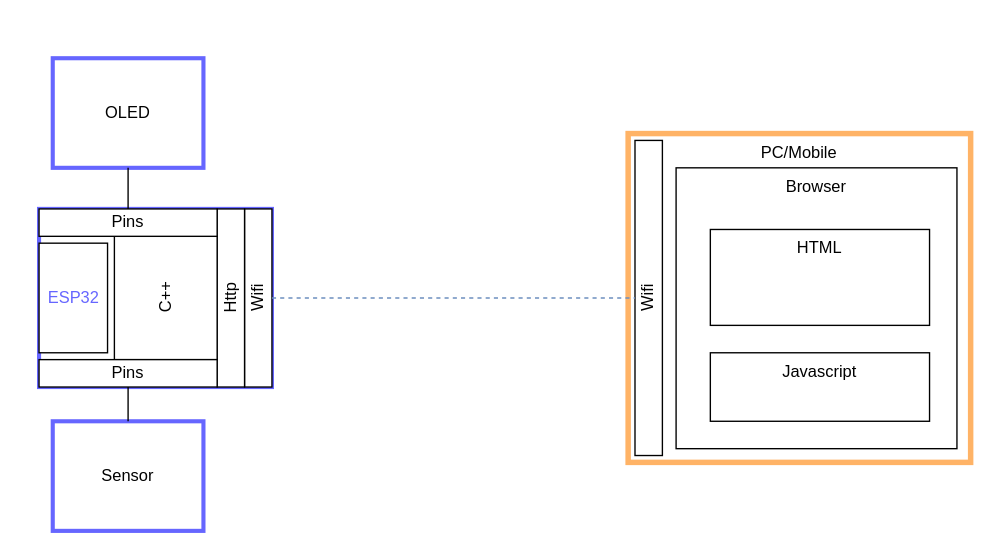
tomsal73/ESP_Course keeps this draw.io diagram as 13-Pamoka/ESP32WebServer.drawio. Above is the earlier version. Source tidied: cells renumbered, new cells numbered last; positions are measured from the earlier drawing's top-left corner, leaving out a move shared by most shapes. Both pictures are drawn from the tidied source at 137%, with x=0, y=0 at pixel (38, 58).
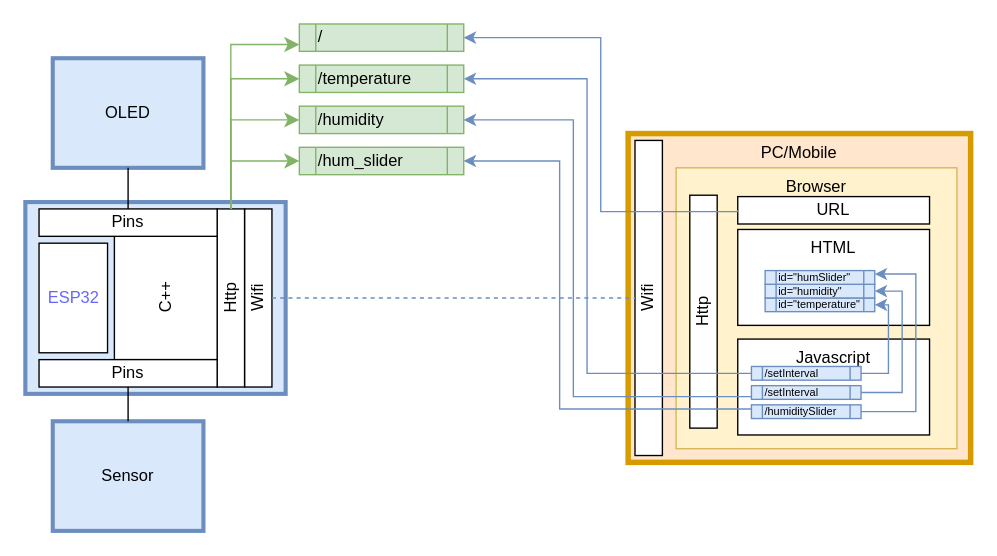
The same diagram, later.

The change refers to these unchanged cells:
```xml
<mxCell id="4" value="Http" style="rounded=0;whiteSpace=wrap;html=1;rotation=-90;" parent="1" vertex="1">
  <mxGeometry x="75" y="165" width="130" height="20" as="geometry" />
</mxCell>
```

Change to the diagram source:
```diff
@@
-    <mxCell id="2" style="rounded=0;whiteSpace=wrap;html=1;align=left;strokeWidth=3;strokeColor=#6666FF;" parent="1" vertex="1">
-      <mxGeometry y="110" width="170" height="130" as="geometry" />
+    <mxCell id="2" style="rounded=0;whiteSpace=wrap;html=1;align=left;strokeWidth=3;strokeColor=#6c8ebf;fillColor=#dae8fc;" parent="1" vertex="1">
+      <mxGeometry x="-10" y="105" width="190" height="140" as="geometry" />
     </mxCell>
@@
-    <mxCell id="6" value="PC/Mobile" style="rounded=0;whiteSpace=wrap;html=1;align=center;verticalAlign=top;strokeColor=#FFB366;strokeWidth=4;" parent="1" vertex="1">
+    <mxCell id="6" value="PC/Mobile" style="rounded=0;whiteSpace=wrap;html=1;align=center;verticalAlign=top;strokeColor=#d79b00;strokeWidth=4;fillColor=#ffe6cc;" parent="1" vertex="1">
       <mxGeometry x="430" y="55" width="250" height="240" as="geometry" />
     </mxCell>
@@
-    <mxCell id="8" value="Browser" style="rounded=0;whiteSpace=wrap;html=1;align=center;verticalAlign=top;" parent="1" vertex="1">
+    <mxCell id="8" value="Browser" style="rounded=0;whiteSpace=wrap;html=1;align=center;verticalAlign=top;fillColor=#fff2cc;strokeColor=#d6b656;" parent="1" vertex="1">
       <mxGeometry x="465" y="80" width="205" height="205" as="geometry" />
     </mxCell>
     <mxCell id="9" value="HTML" style="rounded=0;whiteSpace=wrap;html=1;align=center;verticalAlign=top;" parent="1" vertex="1">
-      <mxGeometry x="490" y="125" width="160" height="70" as="geometry" />
+      <mxGeometry x="510" y="125" width="140" height="70" as="geometry" />
     </mxCell>
     <mxCell id="10" value="Javascript" style="rounded=0;whiteSpace=wrap;html=1;align=center;verticalAlign=top;" parent="1" vertex="1">
-      <mxGeometry x="490" y="215" width="160" height="50" as="geometry" />
+      <mxGeometry x="510" y="205" width="140" height="70" as="geometry" />
     </mxCell>
-    <mxCell id="11" value="OLED" style="rounded=0;whiteSpace=wrap;html=1;align=center;verticalAlign=middle;strokeColor=#6666FF;strokeWidth=3;" parent="1" vertex="1">
+    <mxCell id="11" value="OLED" style="rounded=0;whiteSpace=wrap;html=1;align=center;verticalAlign=middle;strokeColor=#6c8ebf;strokeWidth=3;fillColor=#dae8fc;" parent="1" vertex="1">
       <mxGeometry x="10" width="110" height="80" as="geometry" />
     </mxCell>
@@
-    <mxCell id="14" value="Sensor" style="rounded=0;whiteSpace=wrap;html=1;align=center;verticalAlign=middle;strokeColor=#6666FF;strokeWidth=3;" parent="1" vertex="1">
+    <mxCell id="14" value="Sensor" style="rounded=0;whiteSpace=wrap;html=1;align=center;verticalAlign=middle;strokeColor=#6c8ebf;strokeWidth=3;fillColor=#dae8fc;" parent="1" vertex="1">
       <mxGeometry x="10" y="265" width="110" height="80" as="geometry" />
     </mxCell>
@@
+    <mxCell id="19" value="Http" style="rounded=0;whiteSpace=wrap;html=1;rotation=-90;" parent="1" vertex="1">
+      <mxGeometry x="400" y="175" width="170" height="20" as="geometry" />
+    </mxCell>
+    <mxCell id="20" value="URL" style="rounded=0;whiteSpace=wrap;html=1;rotation=0;" parent="1" vertex="1">
+      <mxGeometry x="510" y="101" width="140" height="20" as="geometry" />
+    </mxCell>
+    <mxCell id="21" parent="0" />
+    <mxCell id="22" style="edgeStyle=elbowEdgeStyle;elbow=vertical;endArrow=classic;html=1;curved=0;rounded=0;endSize=8;startSize=8;exitX=1;exitY=0.5;exitDx=0;exitDy=0;fillColor=#d5e8d4;strokeColor=#82b366;entryX=0;entryY=0.75;entryDx=0;entryDy=0;" parent="21" edge="1" source="4" target="23">
+      <mxGeometry relative="1" as="geometry">
+        <Array as="points">
+          <mxPoint x="170" y="-10" />
+        </Array>
+      </mxGeometry>
+    </mxCell>
+    <mxCell id="23" value="/" style="shape=process;whiteSpace=wrap;html=1;backgroundOutline=1;fillColor=#d5e8d4;strokeColor=#82b366;align=left;" parent="21" vertex="1">
+      <mxGeometry x="190" y="-25" width="120" height="20" as="geometry" />
+    </mxCell>
+    <mxCell id="24" value="/temperature" style="shape=process;whiteSpace=wrap;html=1;backgroundOutline=1;fillColor=#d5e8d4;strokeColor=#82b366;align=left;" parent="21" vertex="1">
+      <mxGeometry x="190" y="5" width="120" height="20" as="geometry" />
+    </mxCell>
+    <mxCell id="25" value="/humidity" style="shape=process;whiteSpace=wrap;html=1;backgroundOutline=1;fillColor=#d5e8d4;strokeColor=#82b366;align=left;" parent="21" vertex="1">
+      <mxGeometry x="190" y="35" width="120" height="20" as="geometry" />
+    </mxCell>
+    <mxCell id="26" value="/hum_slider" style="shape=process;whiteSpace=wrap;html=1;backgroundOutline=1;fillColor=#d5e8d4;strokeColor=#82b366;align=left;" parent="21" vertex="1">
+      <mxGeometry x="190" y="65" width="120" height="20" as="geometry" />
+    </mxCell>
+    <mxCell id="27" style="edgeStyle=elbowEdgeStyle;elbow=vertical;endArrow=classic;html=1;curved=0;rounded=0;endSize=8;startSize=8;exitX=1;exitY=0.5;exitDx=0;exitDy=0;fillColor=#d5e8d4;strokeColor=#82b366;entryX=0;entryY=0.5;entryDx=0;entryDy=0;" parent="21" edge="1" source="4" target="24">
+      <mxGeometry relative="1" as="geometry">
+        <Array as="points">
+          <mxPoint x="170" y="15" />
+        </Array>
+      </mxGeometry>
+    </mxCell>
+    <mxCell id="28" style="edgeStyle=elbowEdgeStyle;elbow=vertical;endArrow=classic;html=1;curved=0;rounded=0;endSize=8;startSize=8;exitX=1;exitY=0.5;exitDx=0;exitDy=0;fillColor=#d5e8d4;strokeColor=#82b366;entryX=0;entryY=0.5;entryDx=0;entryDy=0;" parent="21" edge="1" source="4" target="25">
+      <mxGeometry relative="1" as="geometry">
+        <Array as="points">
+          <mxPoint x="170" y="45" />
+        </Array>
+      </mxGeometry>
+    </mxCell>
+    <mxCell id="29" style="edgeStyle=elbowEdgeStyle;elbow=vertical;endArrow=classic;html=1;curved=0;rounded=0;endSize=8;startSize=8;exitX=1;exitY=0.5;exitDx=0;exitDy=0;fillColor=#d5e8d4;strokeColor=#82b366;entryX=0;entryY=0.5;entryDx=0;entryDy=0;" parent="21" edge="1" source="4" target="26">
+      <mxGeometry relative="1" as="geometry">
+        <Array as="points">
+          <mxPoint x="160" y="75" />
+        </Array>
+      </mxGeometry>
+    </mxCell>
+    <mxCell id="30" parent="0" />
+    <mxCell id="31" style="edgeStyle=orthogonalEdgeStyle;rounded=0;jettySize=auto;html=1;entryX=1;entryY=0.5;entryDx=0;entryDy=0;exitX=1;exitY=0.5;exitDx=0;exitDy=0;fillColor=#dae8fc;strokeColor=#6c8ebf;" parent="30" edge="1" source="32" target="37">
+      <mxGeometry relative="1" as="geometry">
+        <Array as="points">
+          <mxPoint x="620" y="230" />
+          <mxPoint x="620" y="180" />
+        </Array>
+      </mxGeometry>
+    </mxCell>
+    <mxCell id="32" value="/setInterval" style="shape=process;whiteSpace=wrap;html=1;backgroundOutline=1;fillColor=#dae8fc;strokeColor=#6c8ebf;align=left;fontSize=8;" parent="30" vertex="1">
+      <mxGeometry x="520" y="225" width="80" height="10" as="geometry" />
+    </mxCell>
+    <mxCell id="33" style="edgeStyle=orthogonalEdgeStyle;rounded=0;jettySize=auto;html=1;entryX=1;entryY=0.5;entryDx=0;entryDy=0;exitX=1;exitY=0.5;exitDx=0;exitDy=0;fillColor=#dae8fc;strokeColor=#6c8ebf;" parent="30" edge="1" source="34" target="38">
+      <mxGeometry relative="1" as="geometry" />
+    </mxCell>
+    <mxCell id="34" value="/setInterval" style="shape=process;whiteSpace=wrap;html=1;backgroundOutline=1;fillColor=#dae8fc;strokeColor=#6c8ebf;align=left;fontSize=8;" parent="30" vertex="1">
+      <mxGeometry x="520" y="239" width="80" height="10" as="geometry" />
+    </mxCell>
+    <mxCell id="35" style="edgeStyle=orthogonalEdgeStyle;rounded=0;jettySize=auto;html=1;entryX=1;entryY=0.25;entryDx=0;entryDy=0;exitX=1;exitY=0.5;exitDx=0;exitDy=0;fillColor=#dae8fc;strokeColor=#6c8ebf;" parent="30" edge="1" source="36" target="39">
+      <mxGeometry relative="1" as="geometry">
+        <Array as="points">
+          <mxPoint x="640" y="258" />
+          <mxPoint x="640" y="158" />
+        </Array>
+      </mxGeometry>
+    </mxCell>
+    <mxCell id="36" value="/humiditySlider" style="shape=process;whiteSpace=wrap;html=1;backgroundOutline=1;fillColor=#dae8fc;strokeColor=#6c8ebf;align=left;fontSize=8;" parent="30" vertex="1">
+      <mxGeometry x="520" y="253" width="80" height="10" as="geometry" />
+    </mxCell>
+    <mxCell id="37" value="id=&quot;temperature&quot;" style="shape=process;whiteSpace=wrap;html=1;backgroundOutline=1;fillColor=#dae8fc;strokeColor=#6c8ebf;align=left;fontSize=8;" parent="30" vertex="1">
+      <mxGeometry x="530" y="175" width="80" height="10" as="geometry" />
+    </mxCell>
+    <mxCell id="38" value="id=&quot;humidity&quot;" style="shape=process;whiteSpace=wrap;html=1;backgroundOutline=1;fillColor=#dae8fc;strokeColor=#6c8ebf;align=left;fontSize=8;" parent="30" vertex="1">
+      <mxGeometry x="530" y="165" width="80" height="10" as="geometry" />
+    </mxCell>
+    <mxCell id="39" value="id=&quot;humSlider&quot;" style="shape=process;whiteSpace=wrap;html=1;backgroundOutline=1;fillColor=#dae8fc;strokeColor=#6c8ebf;align=left;fontSize=8;" parent="30" vertex="1">
+      <mxGeometry x="530" y="155" width="80" height="10" as="geometry" />
+    </mxCell>
+    <mxCell id="40" style="edgeStyle=orthogonalEdgeStyle;rounded=0;orthogonalLoop=1;jettySize=auto;html=1;entryX=1;entryY=0.5;entryDx=0;entryDy=0;fillColor=#dae8fc;strokeColor=#6c8ebf;" parent="30" edge="1">
+      <mxGeometry relative="1" as="geometry">
+        <mxPoint x="510" y="111" as="sourcePoint" />
+        <mxPoint x="310" y="-15" as="targetPoint" />
+        <Array as="points">
+          <mxPoint x="510" y="112" />
+          <mxPoint x="410" y="112" />
+          <mxPoint x="410" y="-15" />
+        </Array>
+      </mxGeometry>
+    </mxCell>
+    <mxCell id="41" style="edgeStyle=orthogonalEdgeStyle;rounded=0;orthogonalLoop=1;jettySize=auto;html=1;entryX=1;entryY=0.5;entryDx=0;entryDy=0;fillColor=#dae8fc;strokeColor=#6c8ebf;exitX=0;exitY=0.5;exitDx=0;exitDy=0;" parent="30" edge="1">
+      <mxGeometry relative="1" as="geometry">
+        <mxPoint x="520" y="230" as="sourcePoint" />
+        <mxPoint x="310" y="15" as="targetPoint" />
+        <Array as="points">
+          <mxPoint x="400" y="230" />
+          <mxPoint x="400" y="15" />
+        </Array>
+      </mxGeometry>
+    </mxCell>
+    <mxCell id="42" style="edgeStyle=orthogonalEdgeStyle;rounded=0;orthogonalLoop=1;jettySize=auto;html=1;entryX=1;entryY=0.5;entryDx=0;entryDy=0;fillColor=#dae8fc;strokeColor=#6c8ebf;exitX=0;exitY=0.75;exitDx=0;exitDy=0;" parent="30" edge="1">
+      <mxGeometry relative="1" as="geometry">
+        <mxPoint x="520" y="247" as="sourcePoint" />
+        <mxPoint x="310" y="45" as="targetPoint" />
+        <Array as="points">
+          <mxPoint x="390" y="247" />
+          <mxPoint x="390" y="45" />
+        </Array>
+      </mxGeometry>
+    </mxCell>
+    <mxCell id="43" style="edgeStyle=orthogonalEdgeStyle;rounded=0;orthogonalLoop=1;jettySize=auto;html=1;entryX=1;entryY=0.5;entryDx=0;entryDy=0;fillColor=#dae8fc;strokeColor=#6c8ebf;exitX=0;exitY=0.25;exitDx=0;exitDy=0;" parent="30" edge="1">
+      <mxGeometry relative="1" as="geometry">
+        <mxPoint x="520" y="256" as="sourcePoint" />
+        <mxPoint x="310" y="75" as="targetPoint" />
+        <Array as="points">
+          <mxPoint x="380" y="256" />
+          <mxPoint x="380" y="75" />
+        </Array>
+      </mxGeometry>
+    </mxCell>
```
